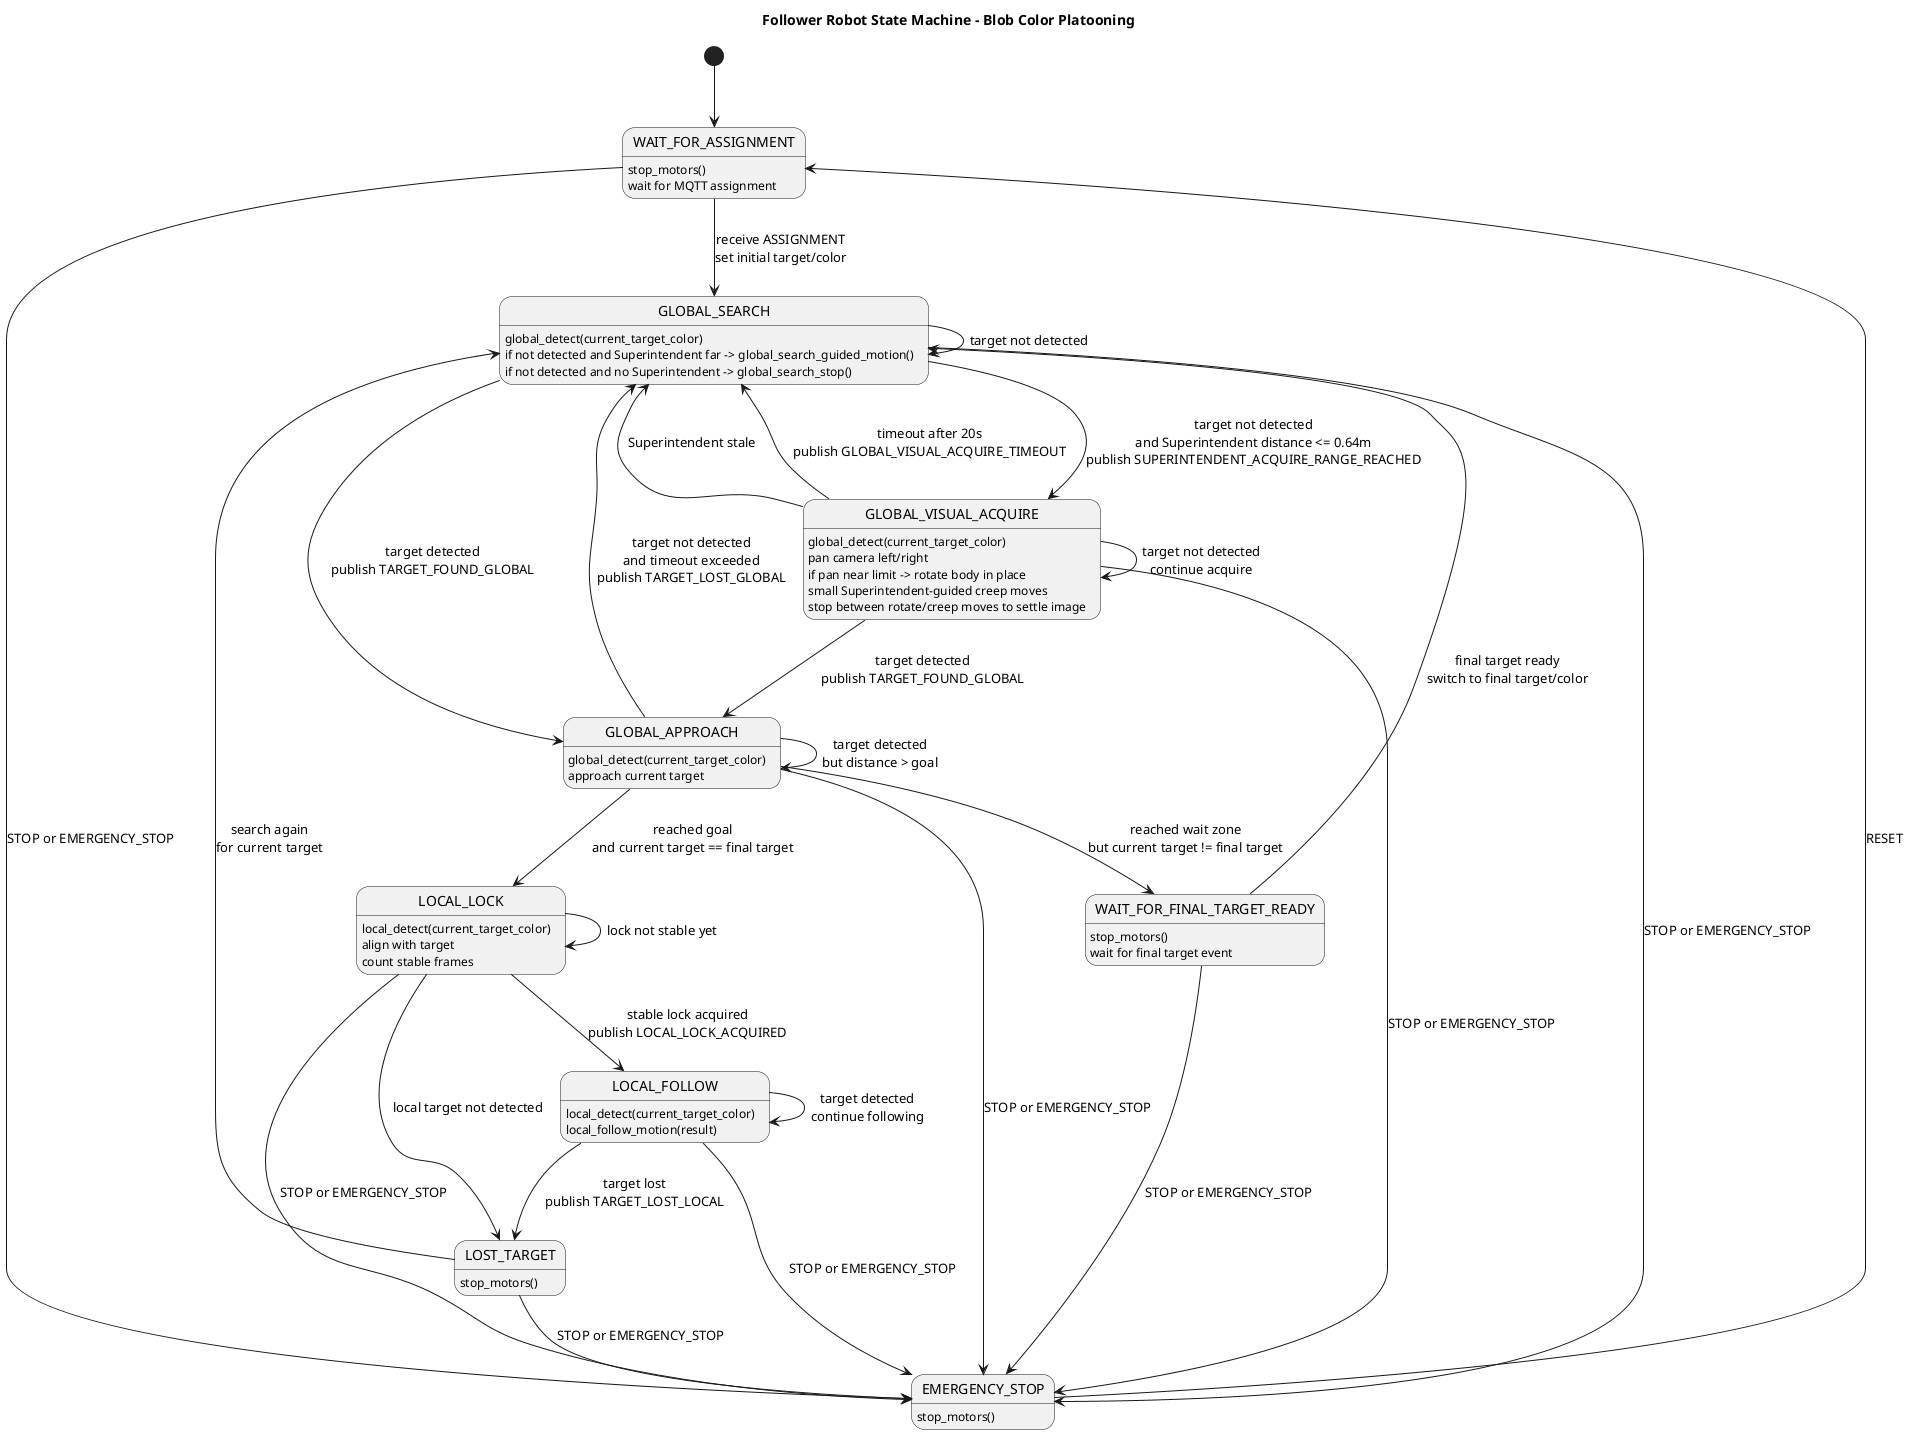
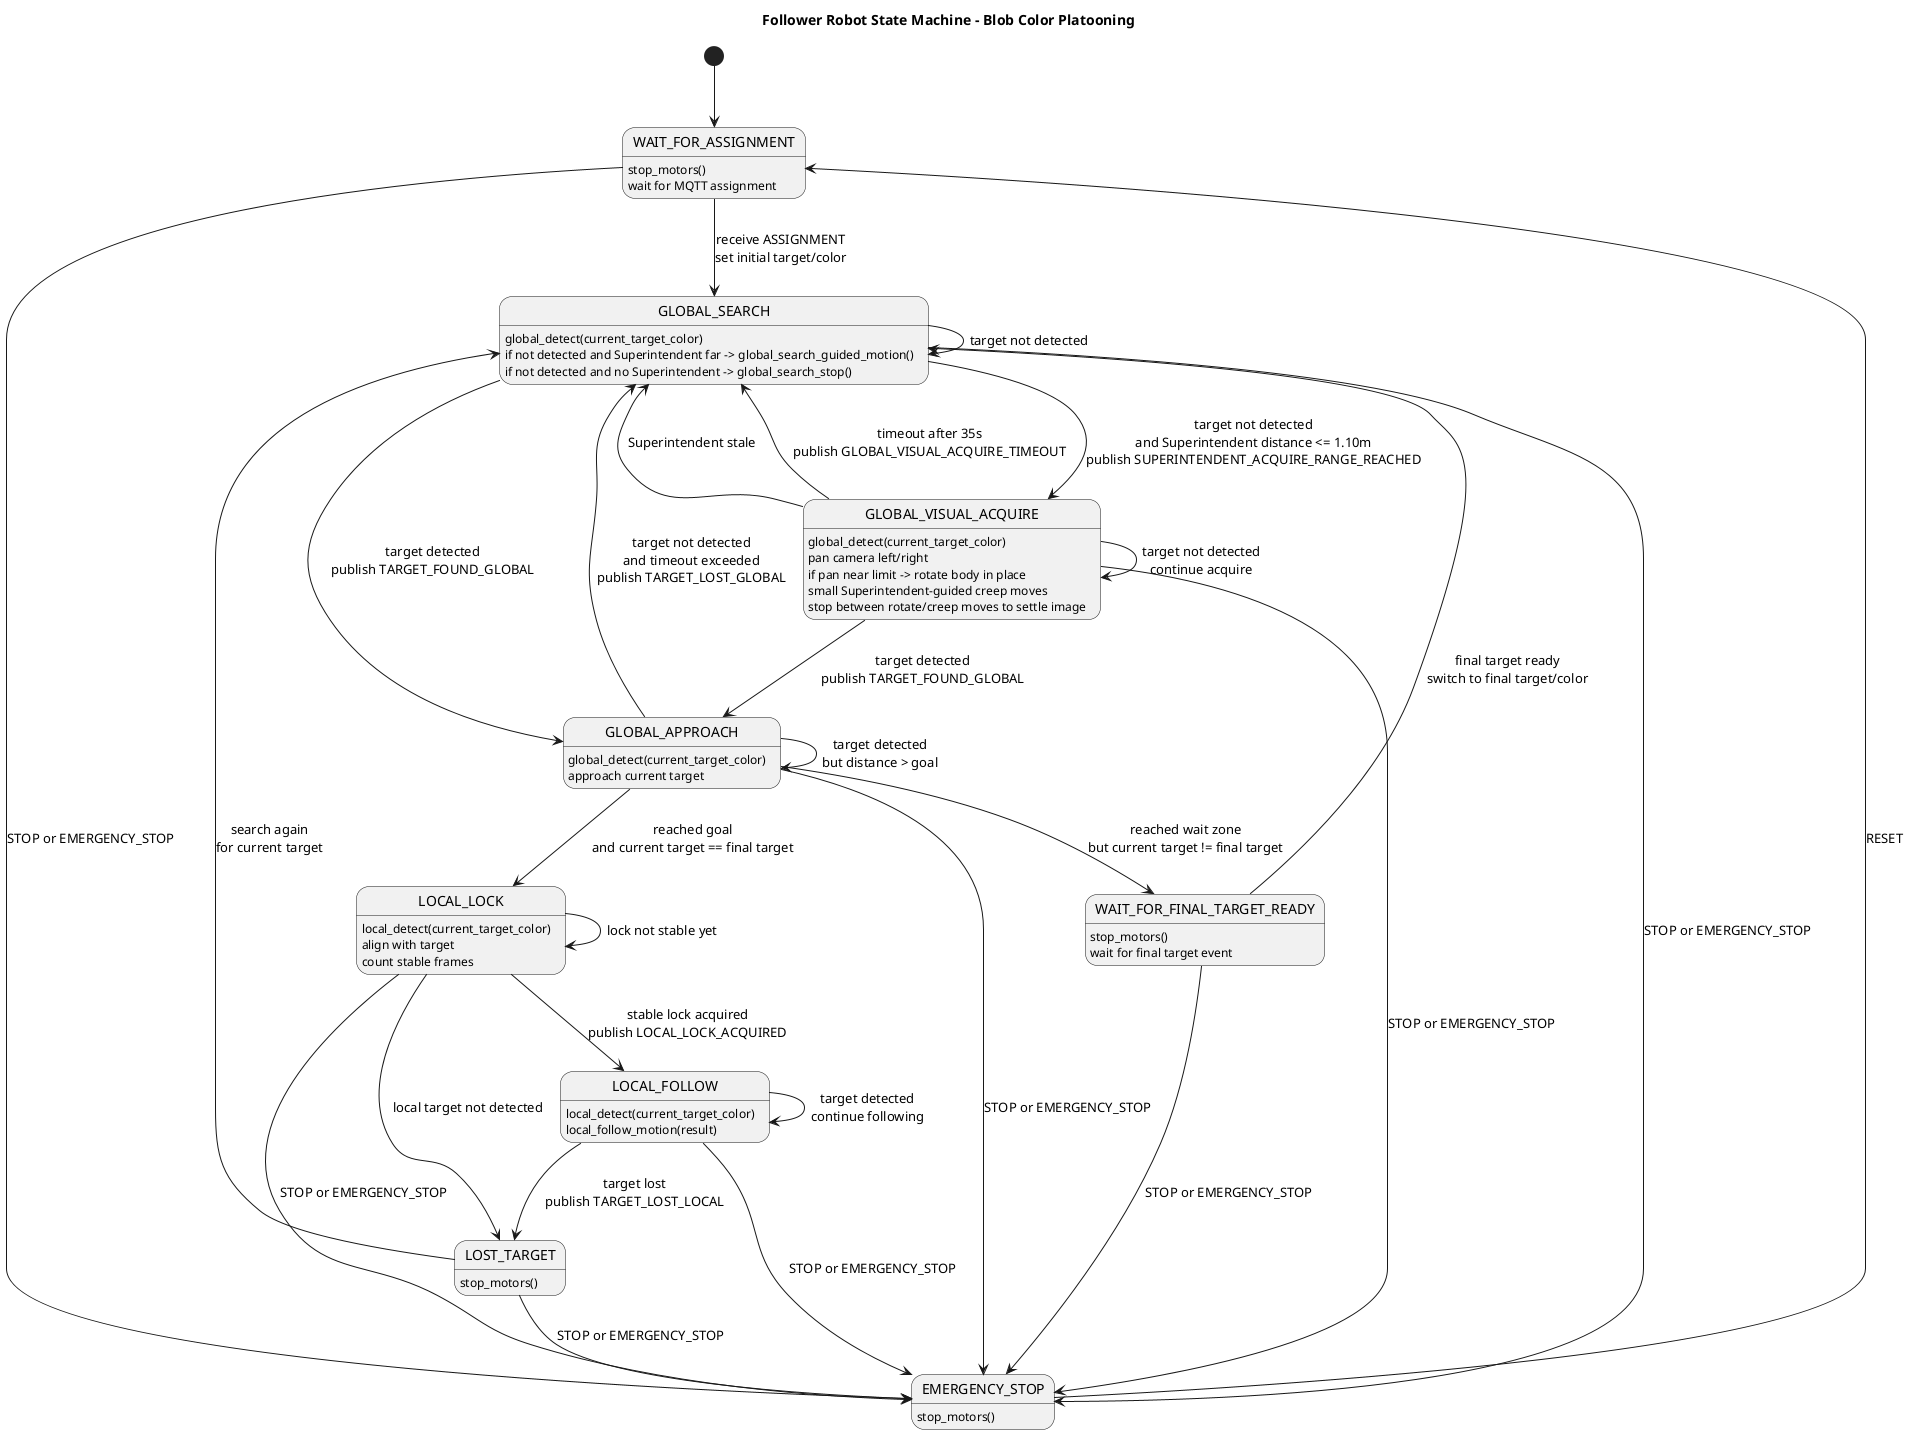
@startuml
title Follower Robot State Machine - Blob Color Platooning

hide empty description

[*] --> WAIT_FOR_ASSIGNMENT

WAIT_FOR_ASSIGNMENT : stop_motors()
WAIT_FOR_ASSIGNMENT : wait for MQTT assignment
WAIT_FOR_ASSIGNMENT --> GLOBAL_SEARCH : receive ASSIGNMENT\nset initial target/color

GLOBAL_SEARCH : global_detect(current_target_color)
GLOBAL_SEARCH : if not detected and Superintendent far -> global_search_guided_motion()
GLOBAL_SEARCH : if not detected and no Superintendent -> global_search_stop()
GLOBAL_SEARCH --> GLOBAL_APPROACH : target detected\npublish TARGET_FOUND_GLOBAL
- GLOBAL_SEARCH --> GLOBAL_VISUAL_ACQUIRE : target not detected\nand Superintendent distance <= 0.64m\npublish SUPERINTENDENT_ACQUIRE_RANGE_REACHED
+ GLOBAL_SEARCH --> GLOBAL_VISUAL_ACQUIRE : target not detected\nand Superintendent distance <= 1.10m\npublish SUPERINTENDENT_ACQUIRE_RANGE_REACHED
GLOBAL_SEARCH --> GLOBAL_SEARCH : target not detected

GLOBAL_VISUAL_ACQUIRE : global_detect(current_target_color)
GLOBAL_VISUAL_ACQUIRE : pan camera left/right
GLOBAL_VISUAL_ACQUIRE : if pan near limit -> rotate body in place
GLOBAL_VISUAL_ACQUIRE : small Superintendent-guided creep moves
GLOBAL_VISUAL_ACQUIRE : stop between rotate/creep moves to settle image
GLOBAL_VISUAL_ACQUIRE --> GLOBAL_APPROACH : target detected\npublish TARGET_FOUND_GLOBAL
GLOBAL_VISUAL_ACQUIRE --> GLOBAL_SEARCH : Superintendent stale
- GLOBAL_VISUAL_ACQUIRE --> GLOBAL_SEARCH : timeout after 20s\npublish GLOBAL_VISUAL_ACQUIRE_TIMEOUT
+ GLOBAL_VISUAL_ACQUIRE --> GLOBAL_SEARCH : timeout after 35s\npublish GLOBAL_VISUAL_ACQUIRE_TIMEOUT
GLOBAL_VISUAL_ACQUIRE --> GLOBAL_VISUAL_ACQUIRE : target not detected\ncontinue acquire

GLOBAL_APPROACH : global_detect(current_target_color)
GLOBAL_APPROACH : approach current target
GLOBAL_APPROACH --> GLOBAL_SEARCH : target not detected\nand timeout exceeded\npublish TARGET_LOST_GLOBAL
GLOBAL_APPROACH --> GLOBAL_APPROACH : target detected\nbut distance > goal
GLOBAL_APPROACH --> LOCAL_LOCK : reached goal\nand current target == final target
GLOBAL_APPROACH --> WAIT_FOR_FINAL_TARGET_READY : reached wait zone\nbut current target != final target

WAIT_FOR_FINAL_TARGET_READY : stop_motors()
WAIT_FOR_FINAL_TARGET_READY : wait for final target event
WAIT_FOR_FINAL_TARGET_READY --> GLOBAL_SEARCH : final target ready\nswitch to final target/color

LOCAL_LOCK : local_detect(current_target_color)
LOCAL_LOCK : align with target
LOCAL_LOCK : count stable frames
LOCAL_LOCK --> LOST_TARGET : local target not detected
LOCAL_LOCK --> LOCAL_LOCK : lock not stable yet
LOCAL_LOCK --> LOCAL_FOLLOW : stable lock acquired\npublish LOCAL_LOCK_ACQUIRED

LOCAL_FOLLOW : local_detect(current_target_color)
LOCAL_FOLLOW : local_follow_motion(result)
LOCAL_FOLLOW --> LOCAL_FOLLOW : target detected\ncontinue following
LOCAL_FOLLOW --> LOST_TARGET : target lost\npublish TARGET_LOST_LOCAL

LOST_TARGET : stop_motors()
LOST_TARGET --> GLOBAL_SEARCH : search again\nfor current target

EMERGENCY_STOP : stop_motors()
EMERGENCY_STOP --> WAIT_FOR_ASSIGNMENT : RESET

WAIT_FOR_ASSIGNMENT --> EMERGENCY_STOP : STOP or EMERGENCY_STOP
GLOBAL_SEARCH --> EMERGENCY_STOP : STOP or EMERGENCY_STOP
GLOBAL_VISUAL_ACQUIRE --> EMERGENCY_STOP : STOP or EMERGENCY_STOP
GLOBAL_APPROACH --> EMERGENCY_STOP : STOP or EMERGENCY_STOP
WAIT_FOR_FINAL_TARGET_READY --> EMERGENCY_STOP : STOP or EMERGENCY_STOP
LOCAL_LOCK --> EMERGENCY_STOP : STOP or EMERGENCY_STOP
LOCAL_FOLLOW --> EMERGENCY_STOP : STOP or EMERGENCY_STOP
LOST_TARGET --> EMERGENCY_STOP : STOP or EMERGENCY_STOP

@enduml
